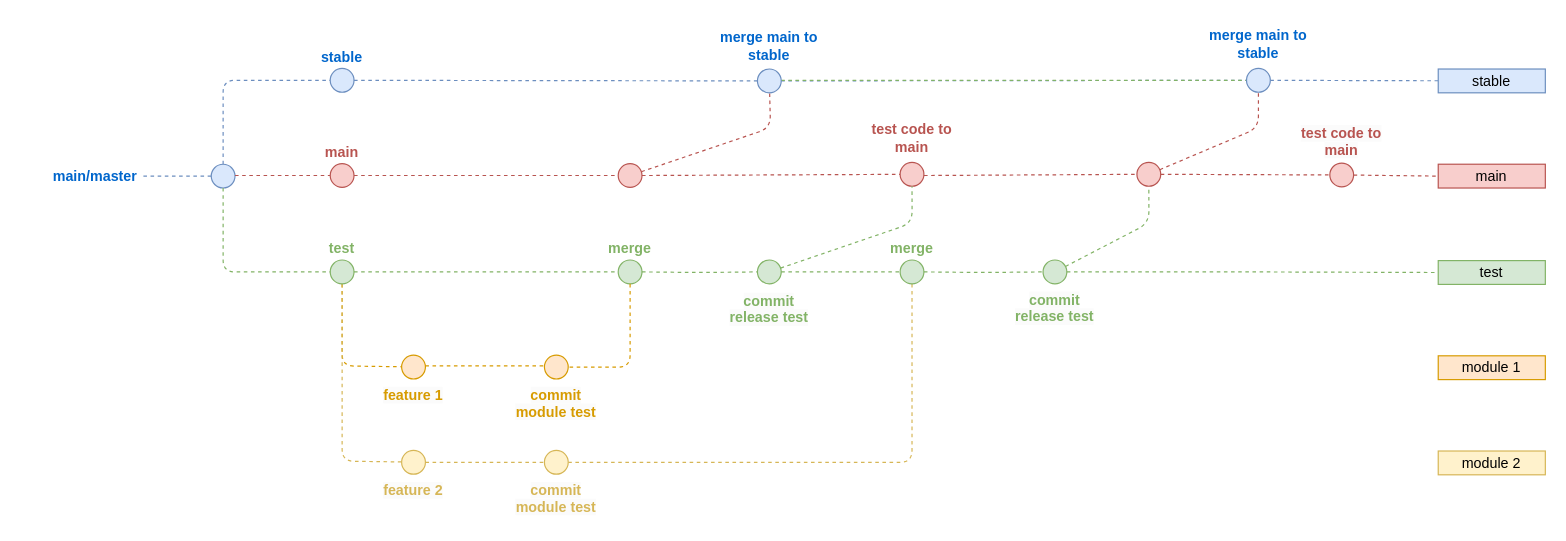
This is img/branch.drawio from avaloqcloud/acf_devops, a draw.io file, before an edit. Source tidied: cells renumbered, new cells numbered last; positions are measured from the earlier drawing's top-left corner, leaving out a move shared by most shapes. Both pictures are drawn from the tidied source at 119%, with x=0, y=0 at pixel (20, 20).
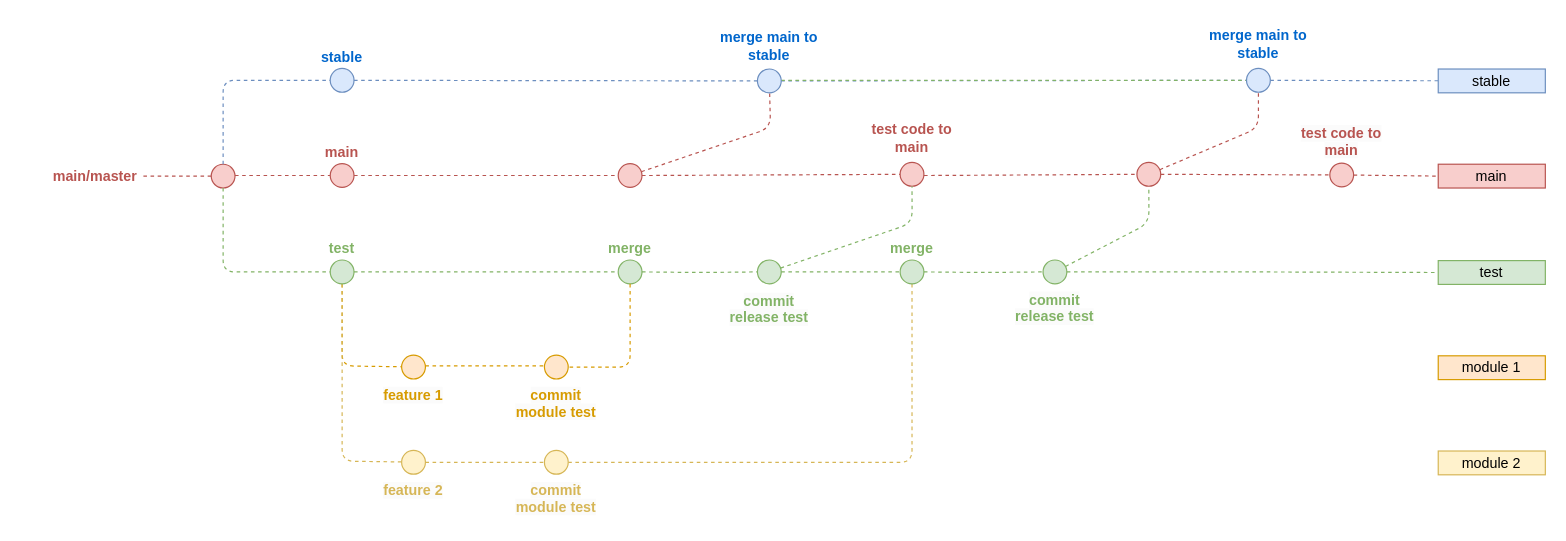
After the change.

What changed in the source:
```diff
@@
-    <mxCell id="3" style="ellipse;whiteSpace=wrap;html=1;fillColor=#dae8fc;strokeColor=#6c8ebf;fontStyle=1;labelPosition=center;verticalLabelPosition=top;align=center;verticalAlign=bottom;fontColor=#0066CC;" parent="1" vertex="1">
+    <mxCell id="3" style="ellipse;whiteSpace=wrap;html=1;fillColor=#F8CECC;strokeColor=#B85450;fontStyle=1;labelPosition=center;verticalLabelPosition=top;align=center;verticalAlign=bottom;fontColor=#0066CC;" parent="1" vertex="1">
       <mxGeometry x="160" y="120.5" width="20" height="20" as="geometry" />
     </mxCell>
@@
-    <mxCell id="24" style="endArrow=none;dashed=1;html=1;fillColor=#dae8fc;strokeColor=#6c8ebf;exitX=0;exitY=0.5;exitDx=0;exitDy=0;entryX=1;entryY=0.5;entryDx=0;entryDy=0;" parent="1" edge="1" source="3" target="25">
+    <mxCell id="24" style="endArrow=none;dashed=1;html=1;fillColor=#dae8fc;strokeColor=#B85450;exitX=0;exitY=0.5;exitDx=0;exitDy=0;entryX=1;entryY=0.5;entryDx=0;entryDy=0;" parent="1" edge="1" source="3" target="25">
       <mxGeometry relative="1" as="geometry" />
     </mxCell>
-    <mxCell id="25" value="&lt;span style=&quot;color: rgb(0, 102, 204); font-family: Helvetica; font-size: 12px; font-style: normal; font-variant-ligatures: normal; font-variant-caps: normal; font-weight: 700; letter-spacing: normal; orphans: 2; text-indent: 0px; text-transform: none; widows: 2; word-spacing: 0px; -webkit-text-stroke-width: 0px; text-decoration-thickness: initial; text-decoration-style: initial; text-decoration-color: initial; float: none; display: inline !important;&quot;&gt;main/master&lt;/span&gt;" style="text;whiteSpace=wrap;html=1;align=right;verticalAlign=middle;labelBackgroundColor=default;" parent="1" vertex="1">
+    <mxCell id="25" value="&lt;span style=&quot;font-family: Helvetica; font-size: 12px; font-style: normal; font-variant-ligatures: normal; font-variant-caps: normal; font-weight: 700; letter-spacing: normal; orphans: 2; text-indent: 0px; text-transform: none; widows: 2; word-spacing: 0px; -webkit-text-stroke-width: 0px; text-decoration-thickness: initial; float: none; display: inline !important;&quot;&gt;&lt;font color=&quot;#b85450&quot;&gt;main/master&lt;/font&gt;&lt;/span&gt;" style="text;whiteSpace=wrap;html=1;align=right;verticalAlign=middle;labelBackgroundColor=default;" parent="1" vertex="1">
       <mxGeometry y="110.5" width="100" height="40" as="geometry" />
     </mxCell>
```
